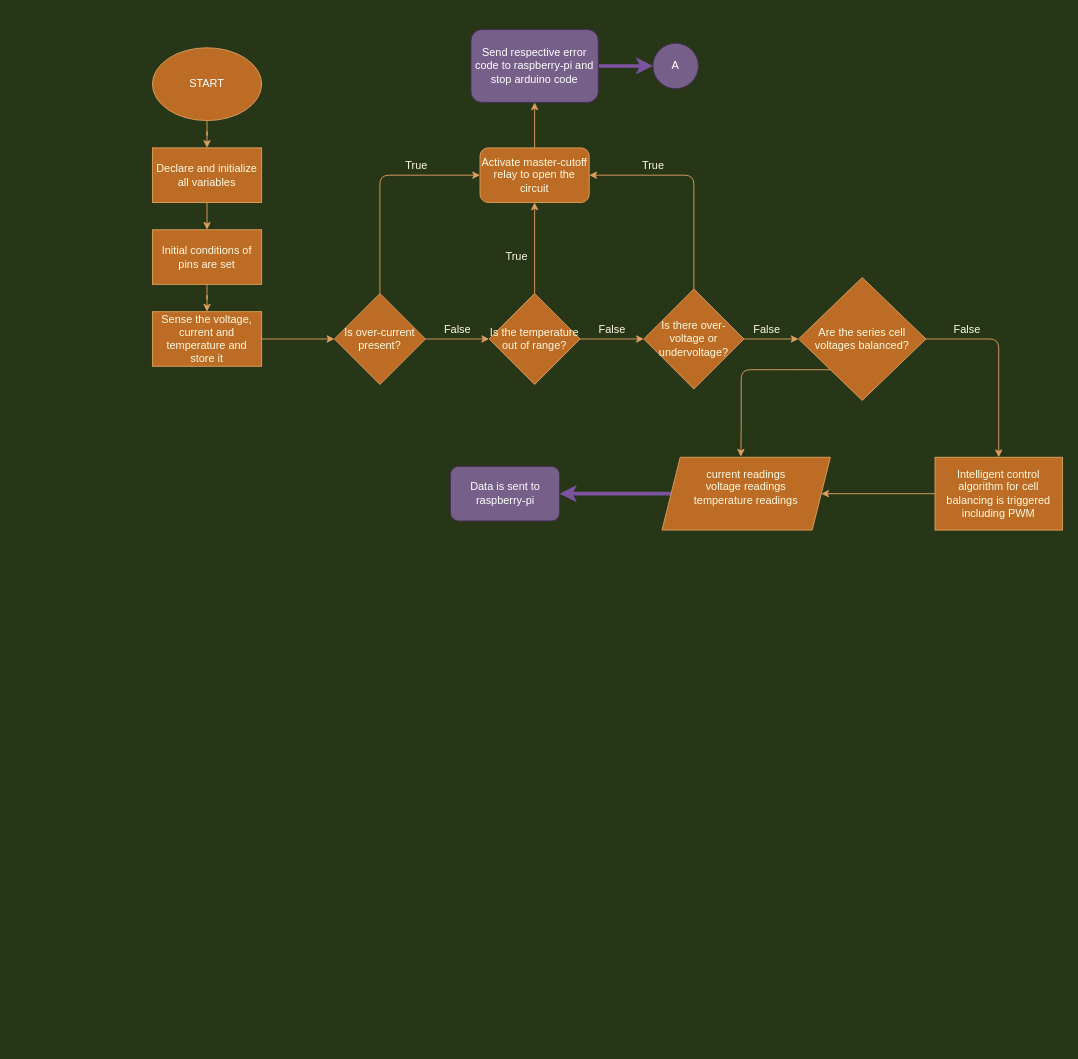
Above: bms_softwareMethodology.drawio in abhishekasharma206/BMS (draw.io), before the change. Source tidied: cells renumbered, new cells numbered last; positions are measured from the earlier drawing's top-left corner, leaving out a move shared by most shapes. Both pictures are drawn from the tidied source at 91%, with x=0, y=0 at pixel (152, 29).
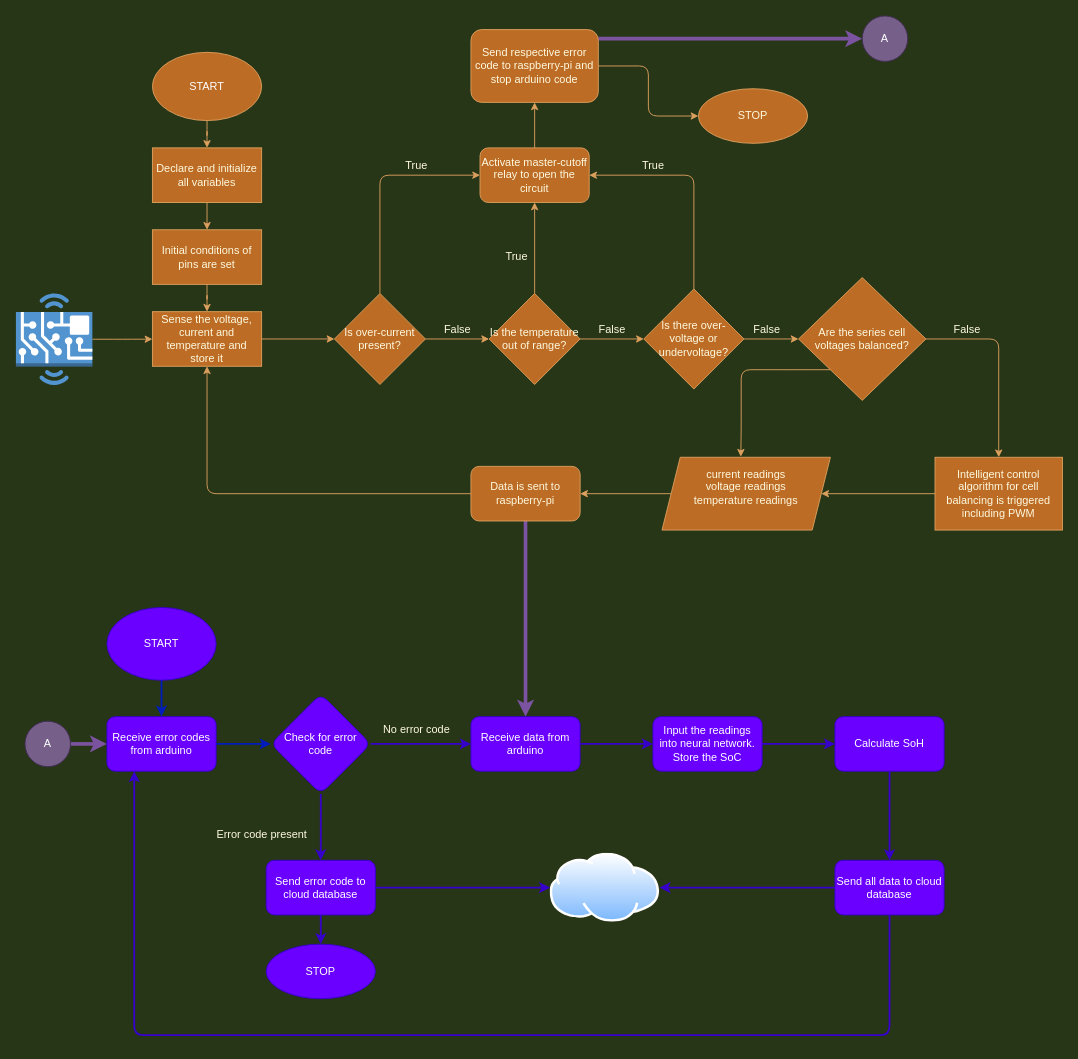
Above is the later version.

Unchanged cells that the change refers to:
```xml
<mxCell id="9" value="Sense the voltage, current and temperature and store it" style="whiteSpace=wrap;html=1;rounded=0;fontColor=#FEFAE0;strokeColor=#DDA15E;strokeWidth=1;fillColor=#BC6C25;sketch=0;" parent="1" vertex="1">
  <mxGeometry y="310" width="120" height="60" as="geometry" />
</mxCell>
<mxCell id="37" value="&lt;div&gt;current readings&lt;/div&gt;&lt;div&gt;voltage readings&lt;/div&gt;&lt;div&gt;temperature readings&lt;/div&gt;&lt;div&gt;&lt;br&gt;&lt;/div&gt;" style="shape=parallelogram;perimeter=parallelogramPerimeter;whiteSpace=wrap;html=1;fixedSize=1;rounded=0;fontColor=#FEFAE0;strokeColor=#DDA15E;strokeWidth=1;fillColor=#BC6C25;sketch=0;" parent="1" vertex="1">
  <mxGeometry x="560" y="470" width="185" height="80" as="geometry" />
</mxCell>
```

The edit, as a diff of the source:
```diff
@@
     <mxCell id="3" value="&lt;font color=&quot;#FFFFFF&quot;&gt;START&lt;/font&gt;" style="ellipse;whiteSpace=wrap;html=1;rounded=0;sketch=0;fontColor=#FEFAE0;strokeColor=#DDA15E;fillColor=#BC6C25;strokeWidth=1;perimeterSpacing=0;" parent="1" vertex="1">
-      <mxGeometry y="20" width="120" height="80" as="geometry" />
+      <mxGeometry y="25" width="120" height="75" as="geometry" />
     </mxCell>
@@
     <mxCell id="26" style="edgeStyle=orthogonalEdgeStyle;curved=0;rounded=1;sketch=0;jettySize=auto;html=1;fontColor=#FEFAE0;fillColor=#76608a;strokeWidth=4;strokeColor=#7B53A1;" parent="1" edge="1" source="27" target="28">
-      <mxGeometry relative="1" as="geometry" />
+      <mxGeometry relative="1" as="geometry">
+        <Array as="points">
+          <mxPoint x="530" y="10" />
+          <mxPoint x="530" y="10" />
+        </Array>
+      </mxGeometry>
     </mxCell>
+    <mxCell id="39" style="edgeStyle=orthogonalEdgeStyle;curved=0;sketch=0;jettySize=auto;html=1;fontColor=#FEFAE0;strokeColor=#DDA15E;fillColor=#BC6C25;" parent="1" edge="1" source="27" target="67">
+      <mxGeometry relative="1" as="geometry" />
+    </mxCell>
-    <mxCell id="27" value="Send respective error code to raspberry-pi and stop arduino code" style="whiteSpace=wrap;html=1;rounded=1;strokeColor=#432D57;strokeWidth=1;fillColor=#76608a;sketch=0;fontColor=#ffffff;" parent="1" vertex="1">
+    <mxCell id="27" value="Send respective error code to raspberry-pi and stop arduino code" style="whiteSpace=wrap;html=1;rounded=1;strokeColor=#DDA15E;strokeWidth=1;fillColor=#BC6C25;sketch=0;fontColor=#FEFAE0;" parent="1" vertex="1">
       <mxGeometry x="350" width="140" height="80" as="geometry" />
     </mxCell>
     <mxCell id="28" value="A" style="ellipse;whiteSpace=wrap;html=1;rounded=0;sketch=0;fontColor=#ffffff;strokeColor=#432D57;strokeWidth=1;fillColor=#76608a;" parent="1" vertex="1">
-      <mxGeometry x="550" y="15" width="50" height="50" as="geometry" />
+      <mxGeometry x="780" y="-15" width="50" height="50" as="geometry" />
     </mxCell>
@@
-    <mxCell id="36" style="edgeStyle=orthogonalEdgeStyle;curved=0;sketch=0;jettySize=auto;html=1;fontColor=#FEFAE0;strokeColor=#7B53A1;strokeWidth=4;fillColor=#76608a;" parent="1" edge="1" source="37" target="38">
+    <mxCell id="36" style="edgeStyle=orthogonalEdgeStyle;curved=0;sketch=0;jettySize=auto;html=1;fontColor=#FEFAE0;strokeColor=#DDA15E;fillColor=#BC6C25;" parent="1" edge="1" source="37" target="38">
       <mxGeometry relative="1" as="geometry" />
     </mxCell>
@@
+    <mxCell id="40" style="edgeStyle=orthogonalEdgeStyle;curved=0;sketch=0;jettySize=auto;html=1;entryX=0.5;entryY=1;entryDx=0;entryDy=0;fontColor=#FEFAE0;strokeColor=#DDA15E;fillColor=#BC6C25;" parent="1" edge="1" source="38" target="9">
+      <mxGeometry relative="1" as="geometry" />
+    </mxCell>
+    <mxCell id="41" style="edgeStyle=orthogonalEdgeStyle;curved=0;sketch=0;jettySize=auto;html=1;fontColor=#ffffff;strokeColor=#7B53A1;strokeWidth=4;fillColor=#76608a;entryX=0.5;entryY=0;entryDx=0;entryDy=0;" parent="1" edge="1" source="38" target="56">
+      <mxGeometry relative="1" as="geometry" />
+    </mxCell>
-    <mxCell id="38" value="Data is sent to raspberry-pi" style="rounded=1;whiteSpace=wrap;html=1;fontColor=#ffffff;strokeColor=#432D57;strokeWidth=1;fillColor=#76608a;sketch=0;" parent="1" vertex="1">
-      <mxGeometry x="327.5" y="480" width="120" height="60" as="geometry" />
+    <mxCell id="38" value="Data is sent to raspberry-pi" style="rounded=1;whiteSpace=wrap;html=1;fontColor=#FEFAE0;strokeColor=#DDA15E;strokeWidth=1;fillColor=#BC6C25;sketch=0;" parent="1" vertex="1">
+      <mxGeometry x="350" y="480" width="120" height="60" as="geometry" />
     </mxCell>
+    <mxCell id="42" style="edgeStyle=orthogonalEdgeStyle;curved=0;sketch=0;jettySize=auto;html=1;fontColor=#ffffff;strokeColor=#7B53A1;strokeWidth=4;fillColor=#76608a;" parent="1" edge="1" source="43" target="47">
+      <mxGeometry relative="1" as="geometry" />
+    </mxCell>
+    <mxCell id="43" value="A" style="ellipse;whiteSpace=wrap;html=1;rounded=0;sketch=0;fontColor=#ffffff;strokeColor=#432D57;strokeWidth=1;fillColor=#76608a;" parent="1" vertex="1">
+      <mxGeometry x="-140" y="760" width="50" height="50" as="geometry" />
+    </mxCell>
+    <mxCell id="44" style="edgeStyle=orthogonalEdgeStyle;curved=0;sketch=0;jettySize=auto;html=1;fontColor=#FEFAE0;strokeColor=#001DBC;fillColor=#0050ef;strokeWidth=2;" parent="1" edge="1" source="45" target="47">
+      <mxGeometry relative="1" as="geometry" />
+    </mxCell>
+    <mxCell id="45" value="START" style="ellipse;whiteSpace=wrap;html=1;rounded=1;sketch=0;strokeWidth=1;strokeColor=#3700CC;fillColor=#6a00ff;fontColor=#ffffff;" parent="1" vertex="1">
+      <mxGeometry x="-50" y="635" width="120" height="80" as="geometry" />
+    </mxCell>
+    <mxCell id="46" style="edgeStyle=orthogonalEdgeStyle;curved=0;sketch=0;jettySize=auto;html=1;fontColor=#FEFAE0;strokeColor=#001DBC;strokeWidth=2;fillColor=#0050ef;" parent="1" edge="1" source="47" target="50">
+      <mxGeometry relative="1" as="geometry" />
+    </mxCell>
+    <mxCell id="47" value="Receive error codes from arduino" style="whiteSpace=wrap;html=1;rounded=1;fontColor=#ffffff;strokeColor=#3700CC;strokeWidth=1;fillColor=#6a00ff;sketch=0;" parent="1" vertex="1">
+      <mxGeometry x="-50" y="755" width="120" height="60" as="geometry" />
+    </mxCell>
+    <mxCell id="48" style="edgeStyle=orthogonalEdgeStyle;curved=0;sketch=0;jettySize=auto;html=1;fontColor=#FEFAE0;strokeColor=#3700CC;strokeWidth=2;fillColor=#6a00ff;" parent="1" edge="1" source="50" target="53">
+      <mxGeometry relative="1" as="geometry" />
+    </mxCell>
+    <mxCell id="49" style="edgeStyle=orthogonalEdgeStyle;curved=0;sketch=0;jettySize=auto;html=1;fontColor=#FEFAE0;strokeColor=#3700CC;strokeWidth=2;fillColor=#6a00ff;" parent="1" edge="1" source="50" target="56">
+      <mxGeometry relative="1" as="geometry" />
+    </mxCell>
+    <mxCell id="50" value="Check for error code" style="rhombus;whiteSpace=wrap;html=1;rounded=1;fontColor=#ffffff;strokeColor=#3700CC;strokeWidth=1;fillColor=#6a00ff;sketch=0;" parent="1" vertex="1">
+      <mxGeometry x="130" y="730" width="110" height="110" as="geometry" />
+    </mxCell>
+    <mxCell id="51" style="edgeStyle=orthogonalEdgeStyle;curved=0;sketch=0;jettySize=auto;html=1;exitX=1;exitY=0.5;exitDx=0;exitDy=0;entryX=0;entryY=0.5;entryDx=0;entryDy=0;fontColor=#FEFAE0;strokeColor=#3700CC;strokeWidth=2;fillColor=#6a00ff;" parent="1" edge="1" source="53" target="65">
+      <mxGeometry relative="1" as="geometry" />
+    </mxCell>
+    <mxCell id="52" style="edgeStyle=orthogonalEdgeStyle;curved=0;sketch=0;jettySize=auto;html=1;fontColor=#FEFAE0;strokeColor=#3700CC;strokeWidth=2;fillColor=#6a00ff;" parent="1" edge="1" source="53" target="66">
+      <mxGeometry relative="1" as="geometry" />
+    </mxCell>
+    <mxCell id="53" value="Send error code to cloud database" style="whiteSpace=wrap;html=1;rounded=1;fontColor=#ffffff;strokeColor=#3700CC;strokeWidth=1;fillColor=#6a00ff;sketch=0;" parent="1" vertex="1">
+      <mxGeometry x="125" y="912.9" width="120" height="60" as="geometry" />
+    </mxCell>
+    <mxCell id="54" value="Error code present" style="text;html=1;align=center;verticalAlign=middle;strokeColor=none;fontColor=#FEFAE0;" parent="1" vertex="1">
+      <mxGeometry x="60" y="875" width="120" height="20" as="geometry" />
+    </mxCell>
+    <mxCell id="55" style="edgeStyle=orthogonalEdgeStyle;curved=0;sketch=0;jettySize=auto;html=1;fontColor=#FEFAE0;strokeColor=#3700CC;strokeWidth=2;fillColor=#6a00ff;" parent="1" edge="1" source="56" target="59">
+      <mxGeometry relative="1" as="geometry" />
+    </mxCell>
+    <mxCell id="56" value="Receive data from arduino" style="whiteSpace=wrap;html=1;rounded=1;fontColor=#ffffff;strokeColor=#3700CC;strokeWidth=1;fillColor=#6a00ff;sketch=0;" parent="1" vertex="1">
+      <mxGeometry x="350" y="755" width="120" height="60" as="geometry" />
+    </mxCell>
+    <mxCell id="57" value="&lt;div&gt;No error code&lt;/div&gt;" style="text;html=1;align=center;verticalAlign=middle;strokeColor=none;fontColor=#FEFAE0;" parent="1" vertex="1">
+      <mxGeometry x="245" y="760" width="90" height="20" as="geometry" />
+    </mxCell>
+    <mxCell id="58" style="edgeStyle=orthogonalEdgeStyle;curved=0;sketch=0;jettySize=auto;html=1;fontColor=#FEFAE0;strokeColor=#3700CC;strokeWidth=2;fillColor=#6a00ff;" parent="1" edge="1" source="59" target="61">
+      <mxGeometry relative="1" as="geometry" />
+    </mxCell>
+    <mxCell id="59" value="Input the readings into neural network. Store the SoC" style="whiteSpace=wrap;html=1;rounded=1;fontColor=#ffffff;strokeColor=#3700CC;strokeWidth=1;fillColor=#6a00ff;sketch=0;" parent="1" vertex="1">
+      <mxGeometry x="550" y="755" width="120" height="60" as="geometry" />
+    </mxCell>
+    <mxCell id="60" style="edgeStyle=orthogonalEdgeStyle;curved=0;sketch=0;jettySize=auto;html=1;fontColor=#FEFAE0;strokeColor=#3700CC;strokeWidth=2;fillColor=#6a00ff;" parent="1" edge="1" source="61" target="64">
+      <mxGeometry relative="1" as="geometry" />
+    </mxCell>
+    <mxCell id="61" value="Calculate SoH " style="whiteSpace=wrap;html=1;rounded=1;fontColor=#ffffff;strokeColor=#3700CC;strokeWidth=1;fillColor=#6a00ff;sketch=0;" parent="1" vertex="1">
+      <mxGeometry x="750" y="755" width="120" height="60" as="geometry" />
+    </mxCell>
+    <mxCell id="62" style="edgeStyle=orthogonalEdgeStyle;curved=0;sketch=0;jettySize=auto;html=1;exitX=0;exitY=0.5;exitDx=0;exitDy=0;entryX=1;entryY=0.5;entryDx=0;entryDy=0;fontColor=#FEFAE0;strokeColor=#3700CC;strokeWidth=2;fillColor=#6a00ff;" parent="1" edge="1" source="64" target="65">
+      <mxGeometry relative="1" as="geometry" />
+    </mxCell>
+    <mxCell id="63" style="edgeStyle=orthogonalEdgeStyle;curved=0;sketch=0;jettySize=auto;html=1;exitX=0.5;exitY=1;exitDx=0;exitDy=0;entryX=0.25;entryY=1;entryDx=0;entryDy=0;fontColor=#FEFAE0;strokeColor=#3700CC;strokeWidth=2;fillColor=#6a00ff;" parent="1" edge="1" source="64" target="47">
+      <mxGeometry relative="1" as="geometry">
+        <Array as="points">
+          <mxPoint x="810" y="1105" />
+          <mxPoint x="-20" y="1105" />
+        </Array>
+      </mxGeometry>
+    </mxCell>
+    <mxCell id="64" value="Send all data to cloud database" style="whiteSpace=wrap;html=1;rounded=1;fontColor=#ffffff;strokeColor=#3700CC;strokeWidth=1;fillColor=#6a00ff;sketch=0;" parent="1" vertex="1">
+      <mxGeometry x="750" y="912.9" width="120" height="60" as="geometry" />
+    </mxCell>
+    <mxCell id="65" style="perimeter=ellipsePerimeter;html=1;align=center;shadow=0;dashed=0;spacingTop=3;image;image=img/lib/active_directory/internet_cloud.svg;rounded=1;sketch=0;fontColor=#FEFAE0;strokeColor=#990000;strokeWidth=1;fillColor=#FF9999;" parent="1" vertex="1">
+      <mxGeometry x="437" y="905" width="120.2" height="75.8" as="geometry" />
+    </mxCell>
+    <mxCell id="66" value="STOP" style="ellipse;whiteSpace=wrap;html=1;rounded=1;fontColor=#ffffff;strokeColor=#3700CC;strokeWidth=1;fillColor=#6a00ff;sketch=0;" parent="1" vertex="1">
+      <mxGeometry x="125" y="1005" width="120" height="60" as="geometry" />
+    </mxCell>
+    <mxCell id="67" value="STOP" style="ellipse;whiteSpace=wrap;html=1;rounded=1;fontColor=#FEFAE0;strokeColor=#DDA15E;strokeWidth=1;fillColor=#BC6C25;sketch=0;" parent="1" vertex="1">
+      <mxGeometry x="600" y="65" width="120" height="60" as="geometry" />
+    </mxCell>
+    <mxCell id="68" style="edgeStyle=orthogonalEdgeStyle;curved=0;sketch=0;jettySize=auto;html=1;fontColor=#FEFAE0;strokeColor=#DDA15E;fillColor=#BC6C25;" parent="1" edge="1" source="69">
+      <mxGeometry relative="1" as="geometry">
+        <mxPoint y="340.2" as="targetPoint" />
+      </mxGeometry>
+    </mxCell>
+    <mxCell id="69" style="outlineConnect=0;dashed=0;verticalLabelPosition=bottom;verticalAlign=top;align=center;html=1;shape=mxgraph.aws3.hardware_board;fillColor=#5294CF;gradientColor=none;rounded=1;sketch=0;fontColor=#FEFAE0;strokeColor=#990000;strokeWidth=1;" parent="1" vertex="1">
+      <mxGeometry x="-150" y="290" width="84" height="100.5" as="geometry" />
+    </mxCell>
```
